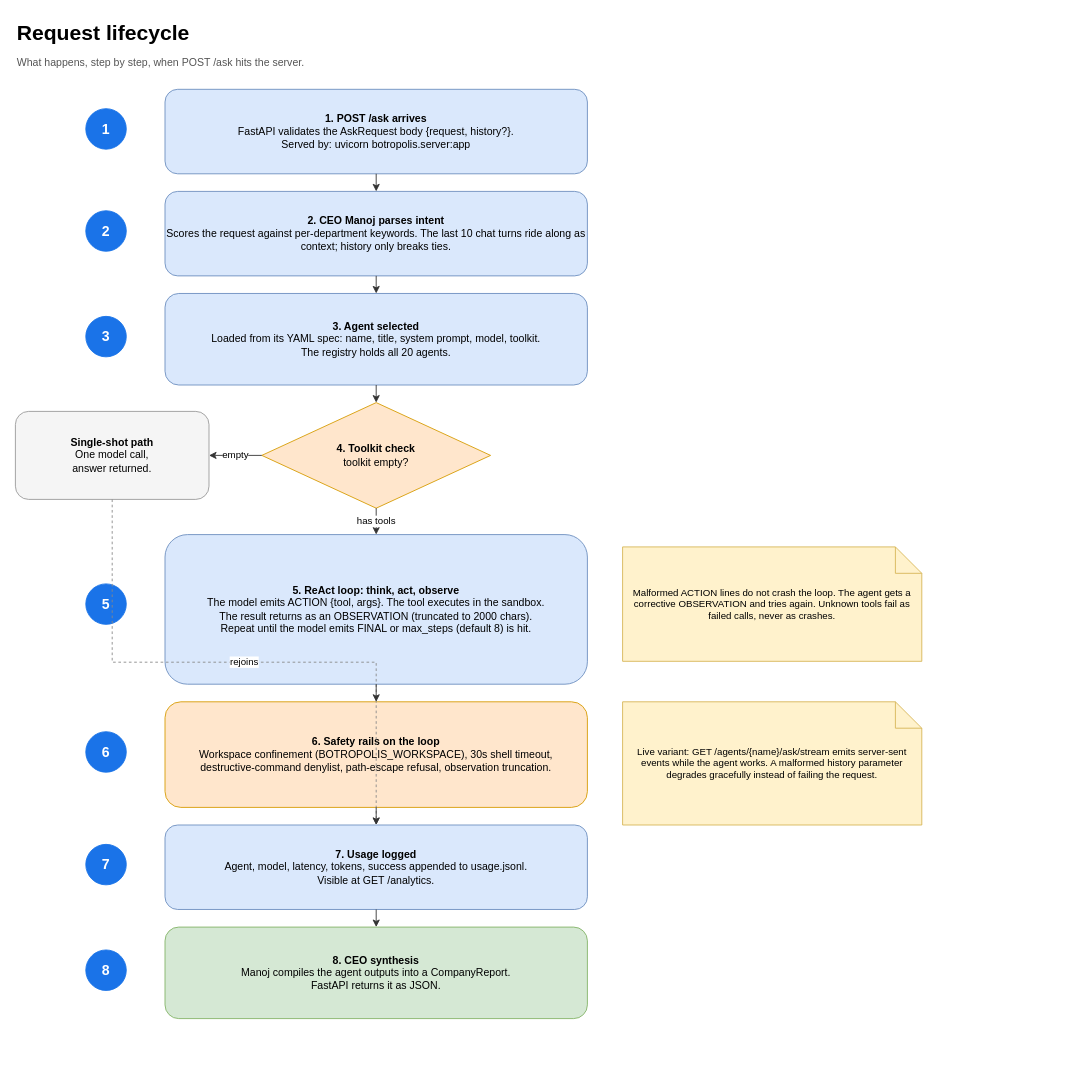
This is page "Request lifecycle" (2 of 4) of docs/architecture.drawio from kagithamanoj/botropolis, a draw.io file, before an edit. Source tidied: cells renumbered, new cells numbered last; positions are measured from the earlier drawing's top-left corner, leaving out a move shared by most shapes. Both pictures are drawn from the tidied source at 88%, with x=0, y=0 at pixel (15, 15).
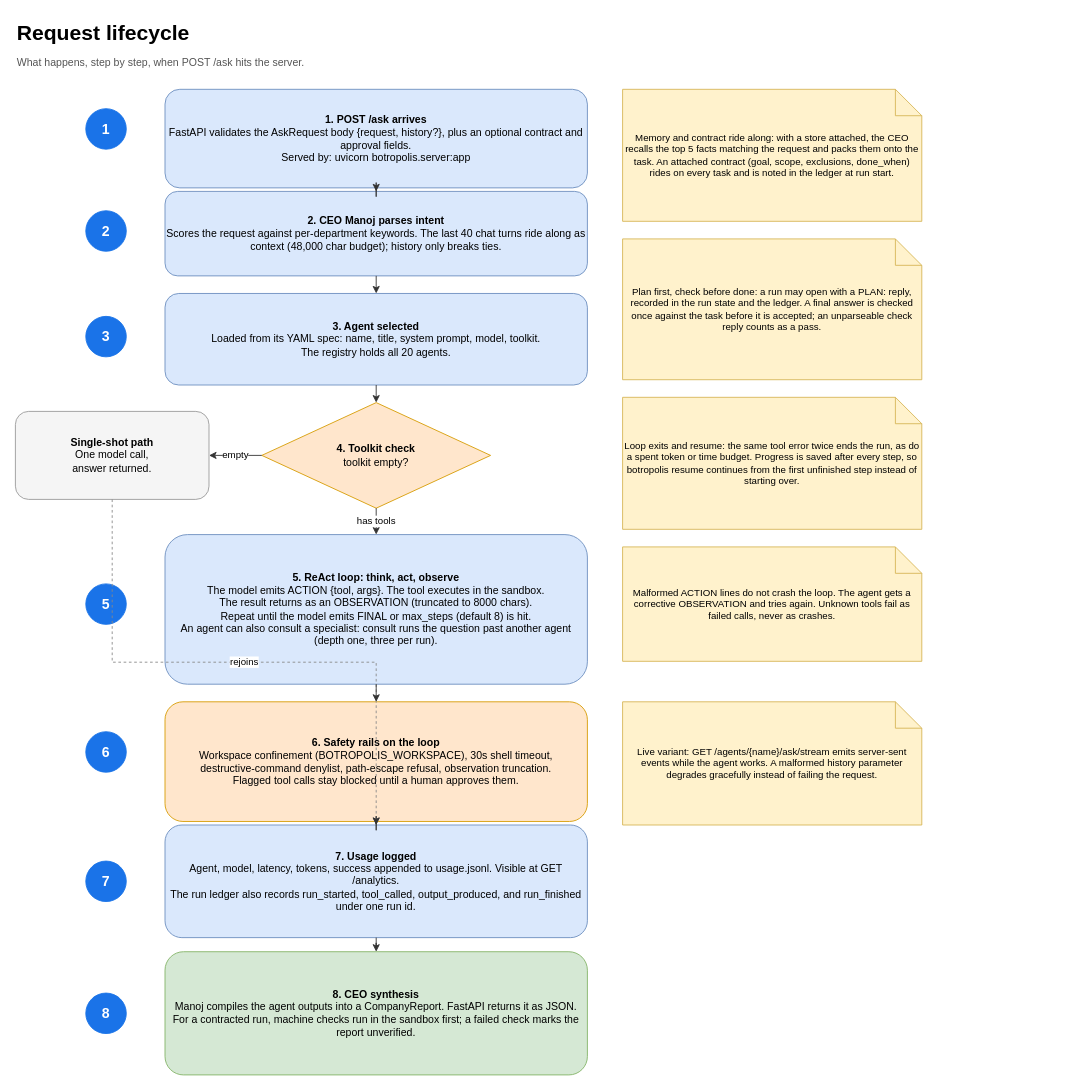
After the change.

Commit message (it also covers changes not shown here):
Refresh the architecture diagrams for the harness and memory

The edit, as a diff of the source:
```diff
@@
-    <mxCell id="4" value="&lt;b&gt;1. POST /ask arrives&lt;/b&gt;&lt;br&gt;FastAPI validates the AskRequest body {request, history?}.&lt;br&gt;Served by: uvicorn botropolis.server:app" style="rounded=1;whiteSpace=wrap;html=1;fillColor=#dae8fc;strokeColor=#6c8ebf;" parent="1" vertex="1">
-      <mxGeometry x="170" y="84" width="480" height="96" as="geometry" />
+    <mxCell id="4" value="&lt;b&gt;1. POST /ask arrives&lt;/b&gt;&lt;br&gt;FastAPI validates the AskRequest body {request, history?}, plus an optional contract and approval fields.&lt;br&gt;Served by: uvicorn botropolis.server:app" style="rounded=1;whiteSpace=wrap;html=1;fillColor=#dae8fc;strokeColor=#6c8ebf;" parent="1" vertex="1">
+      <mxGeometry x="170" y="84" width="480" height="112" as="geometry" />
     </mxCell>
@@
-    <mxCell id="6" value="&lt;b&gt;2. CEO Manoj parses intent&lt;/b&gt;&lt;br&gt;Scores the request against per-department keywords. The last 10 chat turns ride along as context; history only breaks ties." style="rounded=1;whiteSpace=wrap;html=1;fillColor=#dae8fc;strokeColor=#6c8ebf;" parent="1" vertex="1">
+    <mxCell id="6" value="&lt;b&gt;2. CEO Manoj parses intent&lt;/b&gt;&lt;br&gt;Scores the request against per-department keywords. The last 40 chat turns ride along as context (48,000 char budget); history only breaks ties." style="rounded=1;whiteSpace=wrap;html=1;fillColor=#dae8fc;strokeColor=#6c8ebf;" parent="1" vertex="1">
       <mxGeometry x="170" y="200" width="480" height="96" as="geometry" />
     </mxCell>
@@
-    <mxCell id="13" value="&lt;b&gt;5. ReAct loop: think, act, observe&lt;/b&gt;&lt;br&gt;The model emits ACTION {tool, args}. The tool executes in the sandbox.&lt;br&gt;The result returns as an OBSERVATION (truncated to 2000 chars).&lt;br&gt;Repeat until the model emits FINAL or max_steps (default 8) is hit." style="rounded=1;whiteSpace=wrap;html=1;fillColor=#dae8fc;strokeColor=#6c8ebf;" parent="1" vertex="1">
+    <mxCell id="13" value="&lt;b&gt;5. ReAct loop: think, act, observe&lt;/b&gt;&lt;br&gt;The model emits ACTION {tool, args}. The tool executes in the sandbox.&lt;br&gt;The result returns as an OBSERVATION (truncated to 8000 chars).&lt;br&gt;Repeat until the model emits FINAL or max_steps (default 8) is hit.&lt;br&gt;An agent can also consult a specialist: consult runs the question past another agent (depth one, three per run)." style="rounded=1;whiteSpace=wrap;html=1;fillColor=#dae8fc;strokeColor=#6c8ebf;" parent="1" vertex="1">
       <mxGeometry x="170" y="590" width="480" height="170" as="geometry" />
     </mxCell>
@@
-    <mxCell id="16" value="&lt;b&gt;6. Safety rails on the loop&lt;/b&gt;&lt;br&gt;Workspace confinement (BOTROPOLIS_WORKSPACE), 30s shell timeout,&lt;br&gt;destructive-command denylist, path-escape refusal, observation truncation." style="rounded=1;whiteSpace=wrap;html=1;fillColor=#ffe6cc;strokeColor=#d79b00;" parent="1" vertex="1">
-      <mxGeometry x="170" y="780" width="480" height="120" as="geometry" />
+    <mxCell id="16" value="&lt;b&gt;6. Safety rails on the loop&lt;/b&gt;&lt;br&gt;Workspace confinement (BOTROPOLIS_WORKSPACE), 30s shell timeout,&lt;br&gt;destructive-command denylist, path-escape refusal, observation truncation.&lt;br&gt;Flagged tool calls stay blocked until a human approves them." style="rounded=1;whiteSpace=wrap;html=1;fillColor=#ffe6cc;strokeColor=#d79b00;" parent="1" vertex="1">
+      <mxGeometry x="170" y="780" width="480" height="136" as="geometry" />
     </mxCell>
@@
-    <mxCell id="18" value="&lt;b&gt;7. Usage logged&lt;/b&gt;&lt;br&gt;Agent, model, latency, tokens, success appended to usage.jsonl.&lt;br&gt;Visible at GET /analytics." style="rounded=1;whiteSpace=wrap;html=1;fillColor=#dae8fc;strokeColor=#6c8ebf;" parent="1" vertex="1">
-      <mxGeometry x="170" y="920" width="480" height="96" as="geometry" />
+    <mxCell id="18" value="&lt;b&gt;7. Usage logged&lt;/b&gt;&lt;br&gt;Agent, model, latency, tokens, success appended to usage.jsonl. Visible at GET /analytics.&lt;br&gt;The run ledger also records run_started, tool_called, output_produced, and run_finished under one run id." style="rounded=1;whiteSpace=wrap;html=1;fillColor=#dae8fc;strokeColor=#6c8ebf;" parent="1" vertex="1">
+      <mxGeometry x="170" y="920" width="480" height="128" as="geometry" />
     </mxCell>
     <mxCell id="19" value="&lt;b&gt;7&lt;/b&gt;" style="ellipse;whiteSpace=wrap;html=1;fillColor=#1a73e8;strokeColor=#1a73e8;fontColor=#ffffff;fontSize=16;fontStyle=1;" parent="1" vertex="1">
-      <mxGeometry x="80" y="942" width="46" height="46" as="geometry" />
+      <mxGeometry x="80" y="961" width="46" height="46" as="geometry" />
     </mxCell>
-    <mxCell id="20" value="&lt;b&gt;8. CEO synthesis&lt;/b&gt;&lt;br&gt;Manoj compiles the agent outputs into a CompanyReport.&lt;br&gt;FastAPI returns it as JSON." style="rounded=1;whiteSpace=wrap;html=1;fillColor=#d5e8d4;strokeColor=#82b366;" parent="1" vertex="1">
-      <mxGeometry x="170" y="1036" width="480" height="104" as="geometry" />
+    <mxCell id="20" value="&lt;b&gt;8. CEO synthesis&lt;/b&gt;&lt;br&gt;Manoj compiles the agent outputs into a CompanyReport. FastAPI returns it as JSON.&lt;br&gt;For a contracted run, machine checks run in the sandbox first; a failed check marks the report unverified." style="rounded=1;whiteSpace=wrap;html=1;fillColor=#d5e8d4;strokeColor=#82b366;" parent="1" vertex="1">
+      <mxGeometry x="170" y="1064" width="480" height="140" as="geometry" />
     </mxCell>
     <mxCell id="21" value="&lt;b&gt;8&lt;/b&gt;" style="ellipse;whiteSpace=wrap;html=1;fillColor=#1a73e8;strokeColor=#1a73e8;fontColor=#ffffff;fontSize=16;fontStyle=1;" parent="1" vertex="1">
-      <mxGeometry x="80" y="1062" width="46" height="46" as="geometry" />
+      <mxGeometry x="80" y="1111" width="46" height="46" as="geometry" />
     </mxCell>
@@
+    <mxCell id="32" value="Memory and contract ride along: with a store attached, the CEO recalls the top 5 facts matching the request and packs them onto the task. An attached contract (goal, scope, exclusions, done_when) rides on every task and is noted in the ledger at run start." style="shape=note;whiteSpace=wrap;html=1;backgroundOutline=1;fillColor=#fff2cc;strokeColor=#d6b656;fontSize=11;" parent="1" vertex="1">
+      <mxGeometry x="690" y="84" width="340" height="150" as="geometry" />
+    </mxCell>
+    <mxCell id="33" value="Plan first, check before done: a run may open with a PLAN: reply, recorded in the run state and the ledger. A final answer is checked once against the task before it is accepted; an unparseable check reply counts as a pass." style="shape=note;whiteSpace=wrap;html=1;backgroundOutline=1;fillColor=#fff2cc;strokeColor=#d6b656;fontSize=11;" parent="1" vertex="1">
+      <mxGeometry x="690" y="254" width="340" height="160" as="geometry" />
+    </mxCell>
+    <mxCell id="34" value="Loop exits and resume: the same tool error twice ends the run, as do a spent token or time budget. Progress is saved after every step, so botropolis resume continues from the first unfinished step instead of starting over." style="shape=note;whiteSpace=wrap;html=1;backgroundOutline=1;fillColor=#fff2cc;strokeColor=#d6b656;fontSize=11;" parent="1" vertex="1">
+      <mxGeometry x="690" y="434" width="340" height="150" as="geometry" />
+    </mxCell>
```
